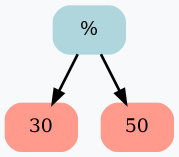
The Graphviz diagram Expression.png in RTCupid/Differentiator, before a commit. Its source is kept beside it as Expression.dot.
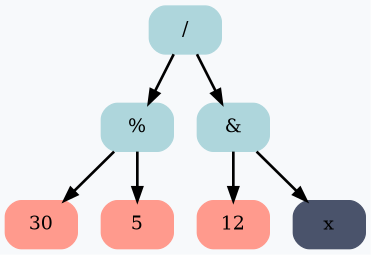
The same file after the commit.

What changed in the source:
```diff
@@ -1,9 +1,17 @@
 digraph G {
 	rankdir = HR;
 	bgcolor="#F7F9FB"
+	 node0x503000000190 [shape=Mrecord; style=filled; color="#aed6dc"; label =  "/ " ];
+	 node0x503000000190 -> node0x5030000000d0 [ style=bold; weight=1000; ];
+	 node0x503000000190 -> node0x503000000160 [ style=bold; weight=1000; ];
 	 node0x5030000000d0 [shape=Mrecord; style=filled; color="#aed6dc"; label =  "% " ];
 	 node0x5030000000d0 -> node0x503000000070 [ style=bold; weight=1000; ];
 	 node0x5030000000d0 -> node0x5030000000a0 [ style=bold; weight=1000; ];
 	 node0x503000000070 [shape=Mrecord; style=filled; color="#ff9a8d"; label =  "30 " ];
-	 node0x5030000000a0 [shape=Mrecord; style=filled; color="#ff9a8d"; label =  "50 " ];
+	 node0x5030000000a0 [shape=Mrecord; style=filled; color="#ff9a8d"; label =  "5 " ];
+	 node0x503000000160 [shape=Mrecord; style=filled; color="#aed6dc"; label =  "& " ];
+	 node0x503000000160 -> node0x503000000100 [ style=bold; weight=1000; ];
+	 node0x503000000160 -> node0x503000000130 [ style=bold; weight=1000; ];
+	 node0x503000000100 [shape=Mrecord; style=filled; color="#ff9a8d"; label =  "12 " ];
+	 node0x503000000130 [shape=Mrecord; style=filled; color="#4a536b"; label =  "x " ];
 }
```
